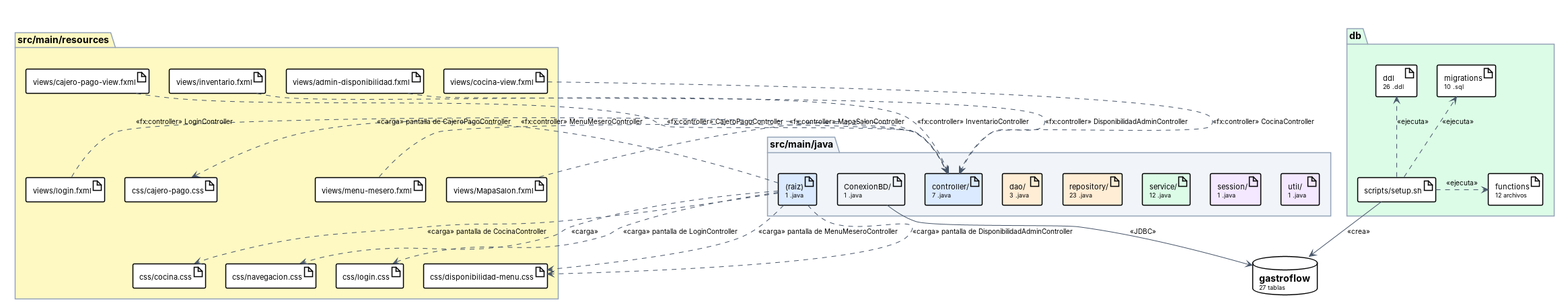
Earlier version of the PlantUML export docs/Imagenes/DiagramaComponentes_Artefactos.png (puj-course/FIS_2630_1204_G2). Its source is kept beside it as docs/diagramas-fuente/DiagramaComponentes_Artefactos.puml.
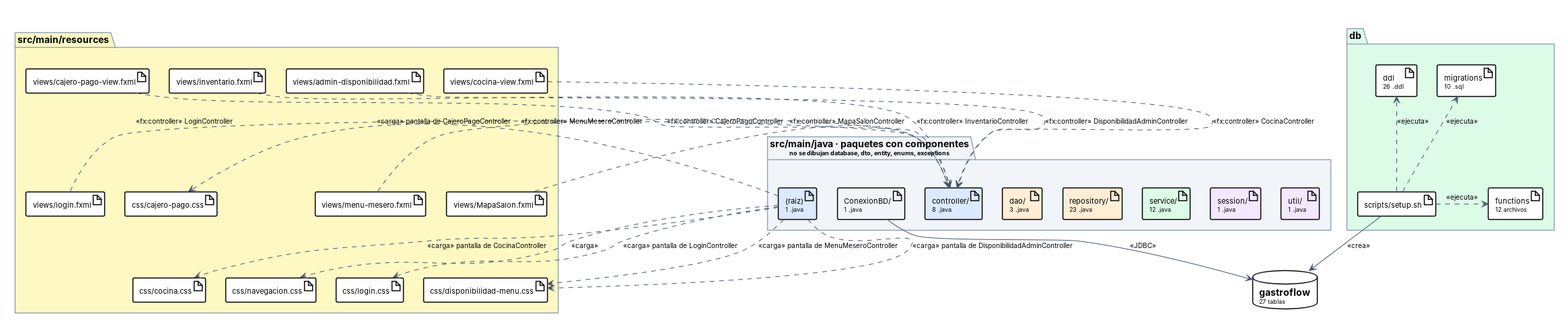
Later version of the same file.

Diff of the diagram source:
```diff
@@ -18,10 +18,10 @@
 skinparam ArtifactFontSize 11
 skinparam DatabaseBackgroundColor #FFFFFF
 
-package "src/main/java" #F1F5F9 {
+package "src/main/java · paquetes con componentes\n<size:9>no se dibujan database, dto, entity, enums, exceptions</size>" #F1F5F9 {
   artifact "(raiz)\n<size:9>1 .java</size>" as J__raiz_ #DBEAFE
   artifact "ConexionBD/\n<size:9>1 .java</size>" as J_ConexionBD #F1F5F9
-  artifact "controller/\n<size:9>7 .java</size>" as J_controller #DBEAFE
+  artifact "controller/\n<size:9>8 .java</size>" as J_controller #DBEAFE
   artifact "dao/\n<size:9>3 .java</size>" as J_dao #FFEDD5
   artifact "repository/\n<size:9>23 .java</size>" as J_repository #FFEDD5
   artifact "service/\n<size:9>12 .java</size>" as J_service #DCFCE7
```
